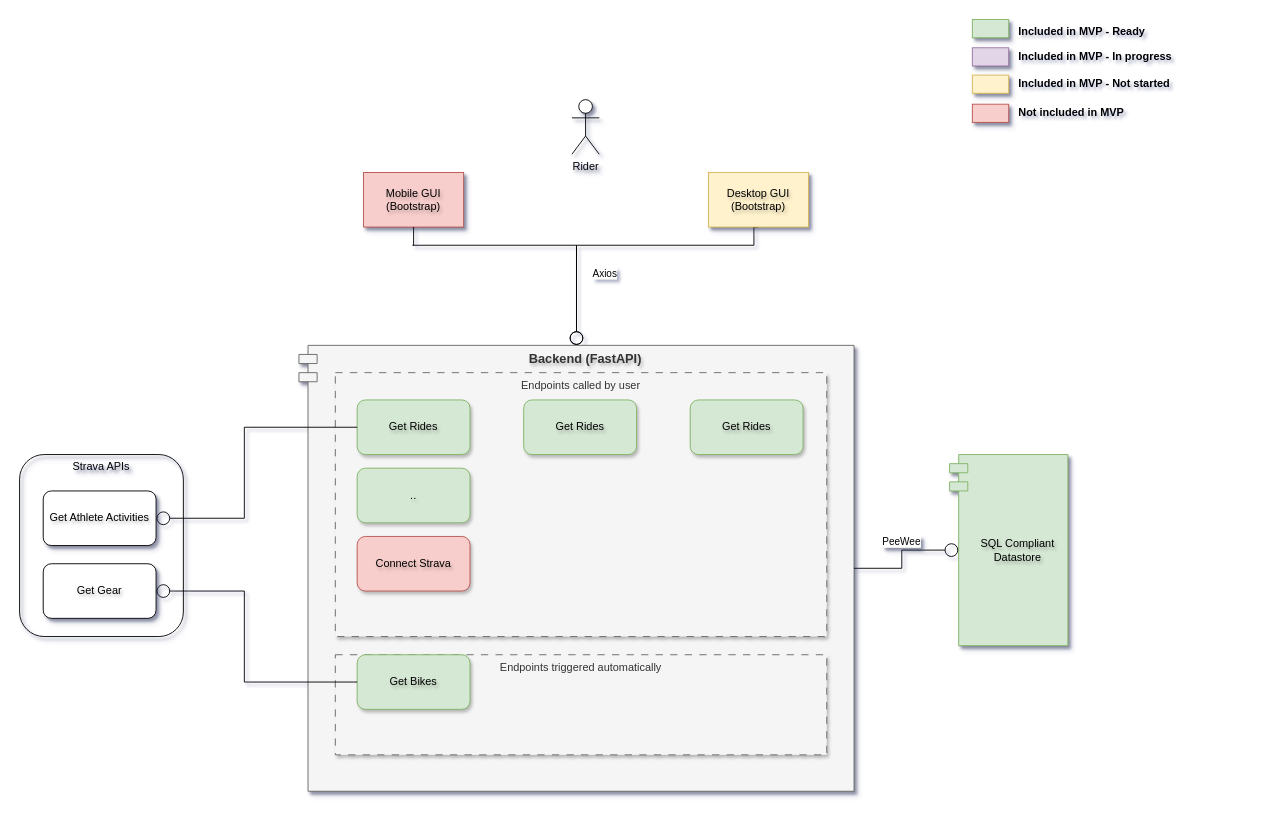
The draw.io diagram page "Application architecture" (1 of 5) of docs/all_diagrams.drawio in xivind/velo-supervisor-2000, before the edit. Source tidied: cells renumbered, new cells numbered last; positions are measured from the earlier drawing's top-left corner, leaving out a move shared by most shapes. Both pictures are drawn from the tidied source at 91%, with x=0, y=0 at pixel (19, 17).
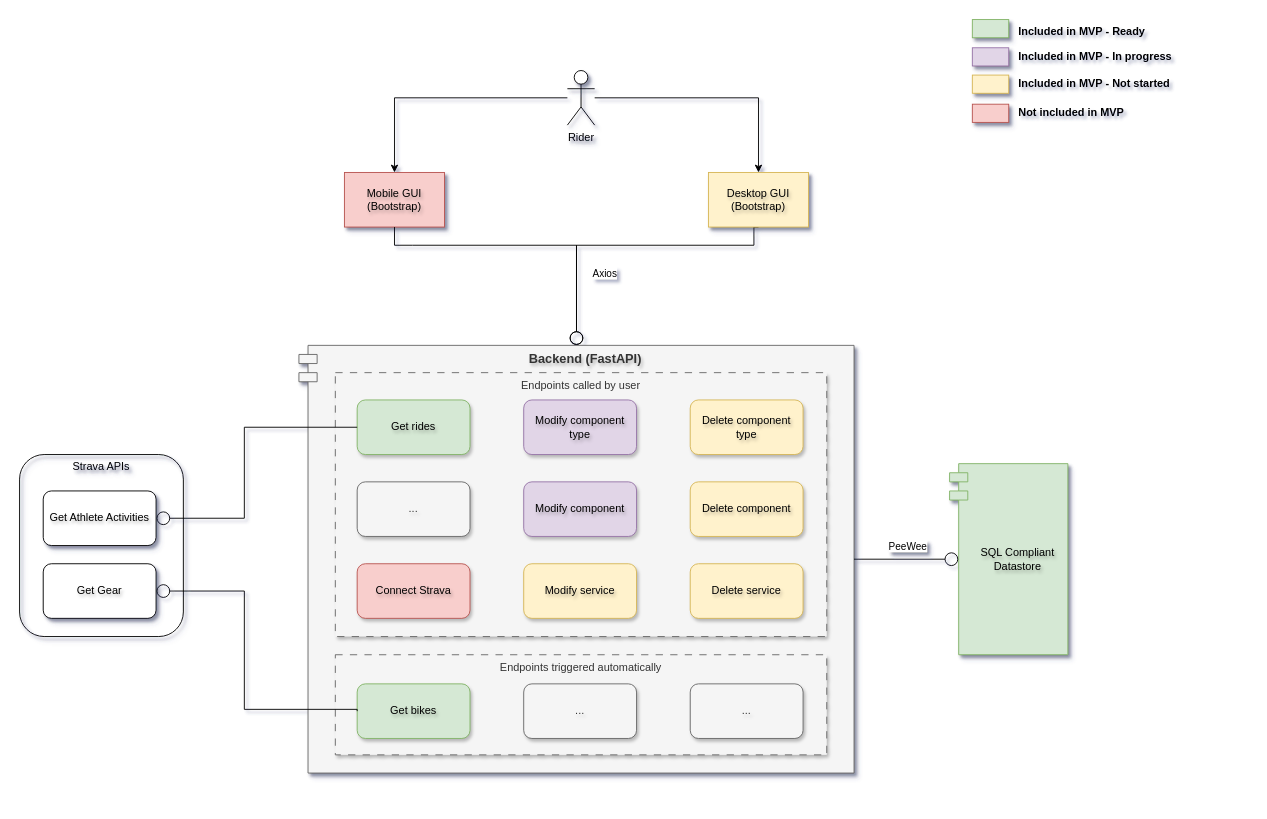
The same page after the edit.

Unchanged cells that the change refers to:
```xml
<mxCell id="5" value="Desktop GUI (Bootstrap)" style="rounded=0;whiteSpace=wrap;html=1;verticalAlign=middle;textShadow=1;shadow=1;fillColor=#fff2cc;strokeColor=#d6b656;" parent="1" vertex="1">
  <mxGeometry x="757" y="170" width="110" height="60" as="geometry" />
</mxCell>
<mxCell id="10" value="Get Gear" style="rounded=1;whiteSpace=wrap;html=1;textShadow=1;shadow=1;verticalAlign=middle;" parent="1" vertex="1">
  <mxGeometry x="26" y="600" width="124" height="60" as="geometry" />
</mxCell>
```

The edit, as a diff of the source:
```diff
@@
     <mxCell id="2" value="Mobile GUI (Bootstrap)" style="rounded=0;whiteSpace=wrap;html=1;fillColor=#f8cecc;strokeColor=#b85450;verticalAlign=middle;textShadow=1;shadow=1;" parent="1" vertex="1">
-      <mxGeometry x="378" y="170" width="110" height="60" as="geometry" />
+      <mxGeometry x="357" y="170" width="110" height="60" as="geometry" />
     </mxCell>
@@
     <mxCell id="6" value="Backend (FastAPI)" style="shape=module;align=left;spacingLeft=20;align=center;verticalAlign=top;whiteSpace=wrap;html=1;textShadow=1;shadow=1;fillColor=#f5f5f5;fontColor=#333333;strokeColor=#666666;fontSize=14;fontStyle=1;" parent="1" vertex="1">
-      <mxGeometry x="307" y="360" width="610" height="490" as="geometry" />
+      <mxGeometry x="307" y="360" width="610" height="470" as="geometry" />
     </mxCell>
+    <mxCell id="33" style="edgeStyle=orthogonalEdgeStyle;rounded=0;jettySize=auto;html=1;entryX=0.5;entryY=0;entryDx=0;entryDy=0;" parent="1" edge="1" source="7" target="5">
+      <mxGeometry relative="1" as="geometry" />
+    </mxCell>
+    <mxCell id="34" style="edgeStyle=orthogonalEdgeStyle;rounded=0;jettySize=auto;html=1;entryX=0.5;entryY=0;entryDx=0;entryDy=0;" parent="1" edge="1" source="7" target="2">
+      <mxGeometry relative="1" as="geometry" />
+    </mxCell>
     <mxCell id="7" value="Rider" style="shape=umlActor;verticalLabelPosition=bottom;verticalAlign=top;html=1;textShadow=1;shadow=1;" parent="1" vertex="1">
-      <mxGeometry x="607" y="90" width="30" height="60" as="geometry" />
+      <mxGeometry x="602" y="58" width="30" height="60" as="geometry" />
     </mxCell>
@@
     <mxCell id="12" value="SQL Compliant Datastore" style="shape=module;align=left;spacingLeft=20;align=center;verticalAlign=middle;whiteSpace=wrap;html=1;fillColor=#d5e8d4;strokeColor=#82b366;textShadow=1;shadow=1;" parent="1" vertex="1">
-      <mxGeometry x="1022" y="480" width="130" height="210" as="geometry" />
+      <mxGeometry x="1022" y="490" width="130" height="210" as="geometry" />
     </mxCell>
@@
-    <mxCell id="24" value=".." style="rounded=1;whiteSpace=wrap;html=1;textShadow=1;shadow=1;verticalAlign=middle;fillColor=#d5e8d4;strokeColor=#82b366;" parent="1" vertex="1">
-      <mxGeometry x="371" y="495" width="124" height="60" as="geometry" />
+    <mxCell id="24" value="..." style="rounded=1;whiteSpace=wrap;html=1;textShadow=1;shadow=1;verticalAlign=middle;fillColor=#f5f5f5;strokeColor=#666666;fontColor=#333333;" parent="1" vertex="1">
+      <mxGeometry x="371" y="510" width="124" height="60" as="geometry" />
     </mxCell>
-    <mxCell id="25" value="Get Rides" style="rounded=1;whiteSpace=wrap;html=1;textShadow=1;shadow=1;verticalAlign=middle;fillColor=#d5e8d4;strokeColor=#82b366;" parent="1" vertex="1">
+    <mxCell id="25" value="Get rides" style="rounded=1;whiteSpace=wrap;html=1;textShadow=1;shadow=1;verticalAlign=middle;fillColor=#d5e8d4;strokeColor=#82b366;" parent="1" vertex="1">
       <mxGeometry x="371" y="420" width="124" height="60" as="geometry" />
     </mxCell>
     <mxCell id="26" value="Connect Strava" style="rounded=1;whiteSpace=wrap;html=1;textShadow=1;shadow=1;verticalAlign=middle;fillColor=#f8cecc;strokeColor=#b85450;" parent="1" vertex="1">
-      <mxGeometry x="371" y="570" width="124" height="60" as="geometry" />
+      <mxGeometry x="371" y="600" width="124" height="60" as="geometry" />
     </mxCell>
@@
-    <mxCell id="28" value="Get Bikes" style="rounded=1;whiteSpace=wrap;html=1;textShadow=1;shadow=1;verticalAlign=middle;fillColor=#d5e8d4;strokeColor=#82b366;" parent="1" vertex="1">
-      <mxGeometry x="371" y="700" width="124" height="60" as="geometry" />
+    <mxCell id="28" value="Get bikes" style="rounded=1;whiteSpace=wrap;html=1;textShadow=1;shadow=1;verticalAlign=middle;fillColor=#d5e8d4;strokeColor=#82b366;" parent="1" vertex="1">
+      <mxGeometry x="371" y="732" width="124" height="60" as="geometry" />
     </mxCell>
     <mxCell id="29" style="edgeStyle=orthogonalEdgeStyle;rounded=0;jettySize=auto;html=1;endArrow=circle;endFill=0;textShadow=1;exitX=0;exitY=0.5;exitDx=0;exitDy=0;entryX=1;entryY=0.5;entryDx=0;entryDy=0;" parent="1" edge="1" source="28" target="10">
       <mxGeometry relative="1" as="geometry">
         <Array as="points">
-          <mxPoint x="247" y="730" />
+          <mxPoint x="371" y="760" />
+          <mxPoint x="247" y="760" />
           <mxPoint x="247" y="630" />
         </Array>
       </mxGeometry>
     </mxCell>
@@
-    <mxCell id="31" value="Get Rides" style="rounded=1;whiteSpace=wrap;html=1;textShadow=1;shadow=1;verticalAlign=middle;fillColor=#d5e8d4;strokeColor=#82b366;" parent="1" vertex="1">
+    <mxCell id="31" value="Modify component type" style="rounded=1;whiteSpace=wrap;html=1;textShadow=1;shadow=1;verticalAlign=middle;fillColor=#e1d5e7;strokeColor=#9673a6;" parent="1" vertex="1">
       <mxGeometry x="554" y="420" width="124" height="60" as="geometry" />
     </mxCell>
-    <mxCell id="32" value="Get Rides" style="rounded=1;whiteSpace=wrap;html=1;textShadow=1;shadow=1;verticalAlign=middle;fillColor=#d5e8d4;strokeColor=#82b366;" parent="1" vertex="1">
+    <mxCell id="32" value="Delete component type" style="rounded=1;whiteSpace=wrap;html=1;textShadow=1;shadow=1;verticalAlign=middle;fillColor=#fff2cc;strokeColor=#d6b656;" parent="1" vertex="1">
       <mxGeometry x="737" y="420" width="124" height="60" as="geometry" />
     </mxCell>
+    <mxCell id="35" value="Modify component" style="rounded=1;whiteSpace=wrap;html=1;textShadow=1;shadow=1;verticalAlign=middle;fillColor=#e1d5e7;strokeColor=#9673a6;" parent="1" vertex="1">
+      <mxGeometry x="554" y="510" width="124" height="60" as="geometry" />
+    </mxCell>
+    <mxCell id="36" value="Modify service" style="rounded=1;whiteSpace=wrap;html=1;textShadow=1;shadow=1;verticalAlign=middle;fillColor=#fff2cc;strokeColor=#d6b656;" parent="1" vertex="1">
+      <mxGeometry x="554" y="600" width="124" height="60" as="geometry" />
+    </mxCell>
+    <mxCell id="37" value="Delete component" style="rounded=1;whiteSpace=wrap;html=1;textShadow=1;shadow=1;verticalAlign=middle;fillColor=#fff2cc;strokeColor=#d6b656;" parent="1" vertex="1">
+      <mxGeometry x="737" y="510" width="124" height="60" as="geometry" />
+    </mxCell>
+    <mxCell id="38" value="Delete service" style="rounded=1;whiteSpace=wrap;html=1;textShadow=1;shadow=1;verticalAlign=middle;fillColor=#fff2cc;strokeColor=#d6b656;" parent="1" vertex="1">
+      <mxGeometry x="737" y="600" width="124" height="60" as="geometry" />
+    </mxCell>
+    <mxCell id="39" value="..." style="rounded=1;whiteSpace=wrap;html=1;textShadow=1;shadow=1;verticalAlign=middle;fillColor=#f5f5f5;fontColor=#333333;strokeColor=#666666;" parent="1" vertex="1">
+      <mxGeometry x="554" y="732" width="124" height="60" as="geometry" />
+    </mxCell>
+    <mxCell id="40" value="..." style="rounded=1;whiteSpace=wrap;html=1;textShadow=1;shadow=1;verticalAlign=middle;fillColor=#f5f5f5;strokeColor=#666666;fontColor=#333333;" parent="1" vertex="1">
+      <mxGeometry x="737" y="732" width="124" height="60" as="geometry" />
+    </mxCell>
```
